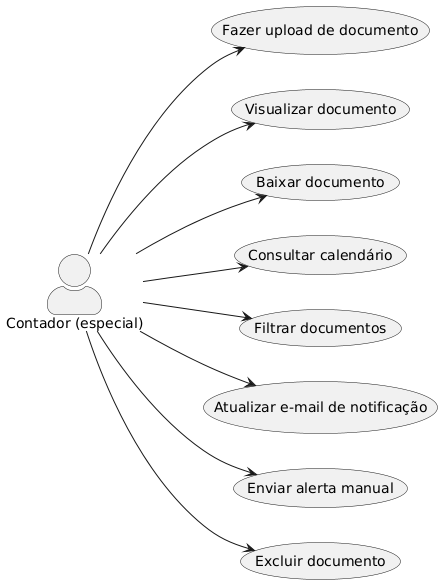
edsonpolucena/CatolicaSC-Porfolio keeps this PlantUML diagram as diagrams/contadorespecial.png. Above is the earlier version.
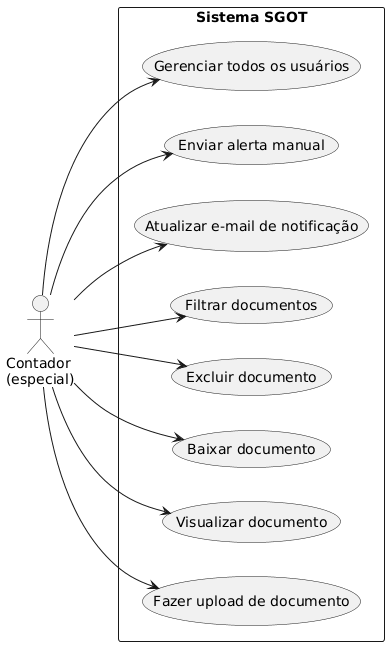
After the change.

What changed in the source:
```diff
@@ -1,24 +1,25 @@
 @startuml
 left to right direction
-skinparam actorStyle awesome
 
-actor "Contador (especial)" as ContadorEspecial
+actor "Contador\n(especial)" as Contador
 
-usecase UC_Upload      as "Fazer upload de documento"
-usecase UC_Visualizar  as "Visualizar documento"
-usecase UC_Baixar      as "Baixar documento"
-usecase UC_Consultar   as "Consultar calendário"
-usecase UC_Filtrar     as "Filtrar documentos"
-usecase UC_Atualizar   as "Atualizar e-mail de notificação"
-usecase UC_Alerta      as "Enviar alerta manual"
-usecase UC_Excluir     as "Excluir documento"
+rectangle "Sistema SGOT" {
+  usecase "Fazer upload de documento" as UC1
+  usecase "Visualizar documento" as UC2
+  usecase "Baixar documento" as UC3
+  usecase "Excluir documento" as UC4
+  usecase "Filtrar documentos" as UC5
+  usecase "Atualizar e-mail de notificação" as UC7
+  usecase "Enviar alerta manual" as UC8
+  usecase "Gerenciar todos os usuários" as UC9
+}
 
-ContadorEspecial --> UC_Upload
-ContadorEspecial --> UC_Visualizar
-ContadorEspecial --> UC_Baixar
-ContadorEspecial --> UC_Consultar
-ContadorEspecial --> UC_Filtrar
-ContadorEspecial --> UC_Atualizar
-ContadorEspecial --> UC_Alerta
-ContadorEspecial --> UC_Excluir
+Contador --> UC1
+Contador --> UC2
+Contador --> UC3
+Contador --> UC4
+Contador --> UC5
+Contador --> UC7
+Contador --> UC8
+Contador --> UC9
 @enduml
```
